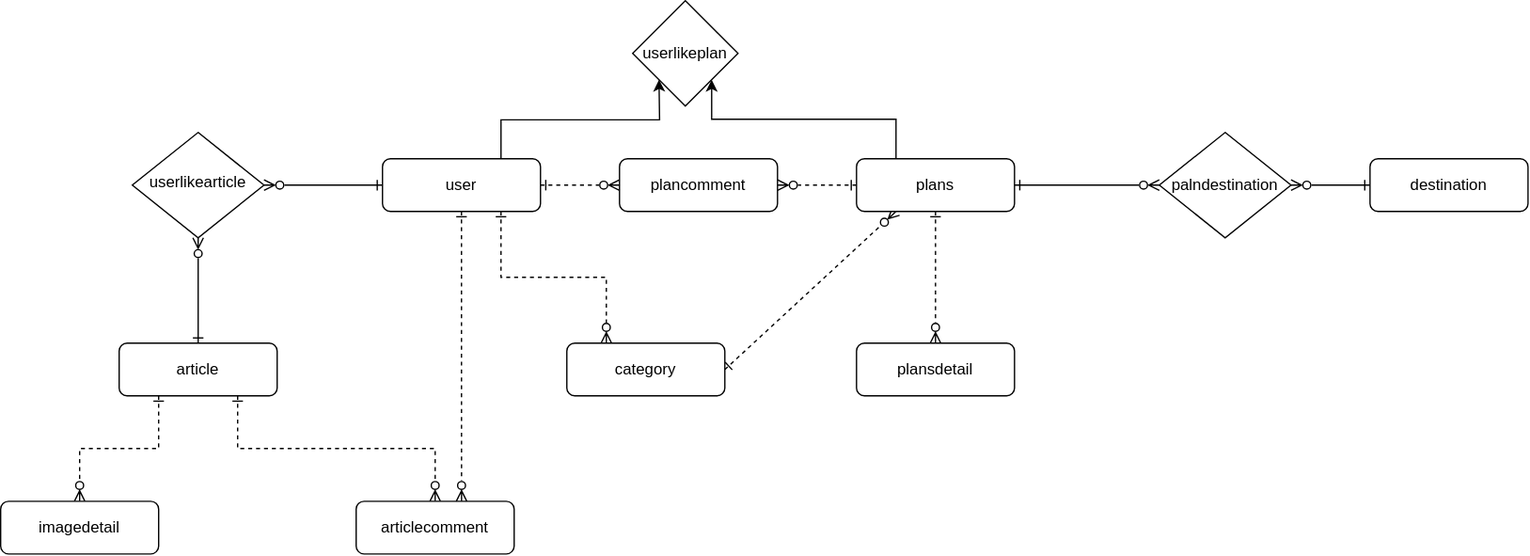
Before: imgs/ERD.drawio.svg, a diagram exported from draw.io (tripwith-dev/tripwith). Source tidied: cells renumbered, new cells last; positions are measured from the earlier drawing's top-left corner, leaving out a move shared by most shapes.
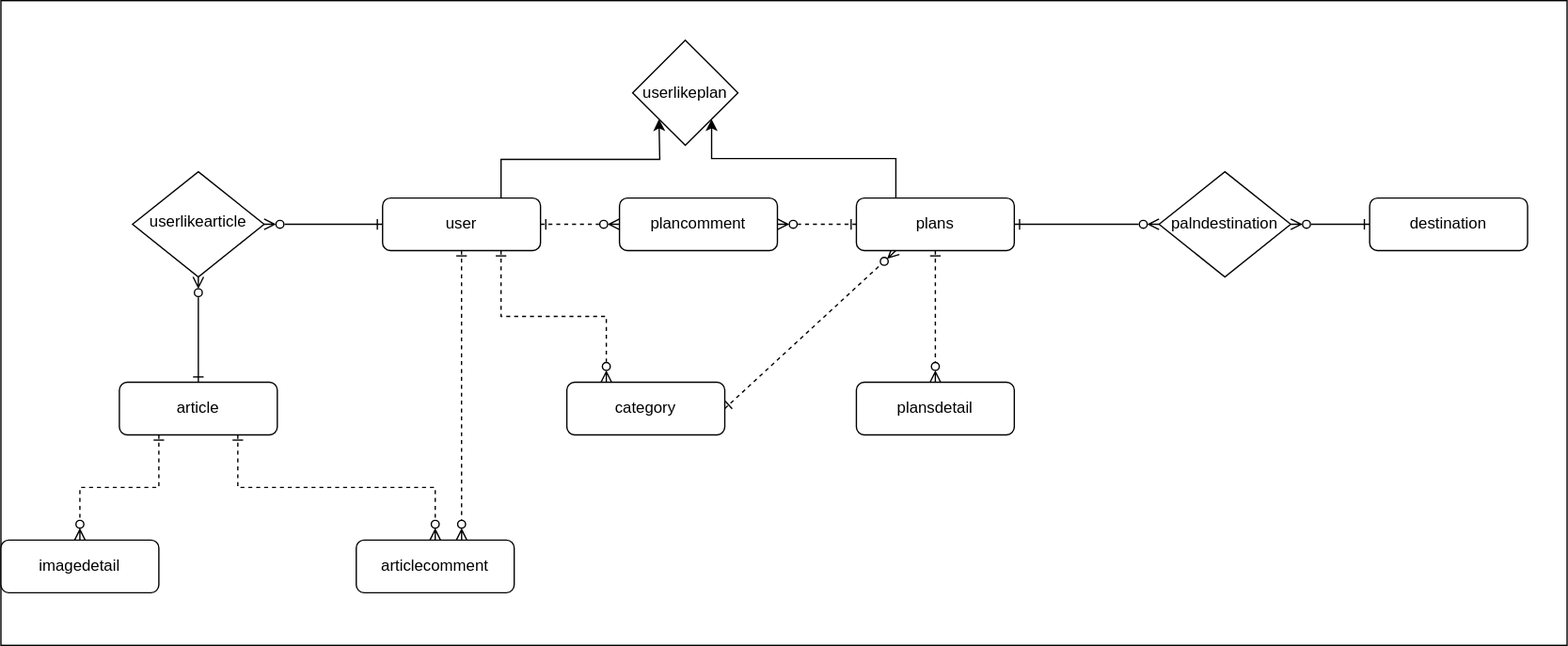
After the change.

Commit message:
add: erd background

Diff of the diagram source:
```diff
@@ -2,6 +2,9 @@
   <root>
     <mxCell id="0" />
     <mxCell id="1" parent="0" />
+    <mxCell id="28" style="rounded=0;whiteSpace=wrap;html=1;" parent="1" vertex="1">
+      <mxGeometry y="-30" width="1190" height="490" as="geometry" />
+    </mxCell>
     <mxCell id="2" style="edgeStyle=orthogonalEdgeStyle;rounded=0;jettySize=auto;html=1;exitX=0;exitY=0.5;exitDx=0;exitDy=0;entryX=1;entryY=0.5;entryDx=0;entryDy=0;endArrow=ERzeroToMany;endFill=0;startArrow=ERone;startFill=0;" parent="1" edge="1" source="5" target="23">
       <mxGeometry relative="1" as="geometry" />
     </mxCell>
```
